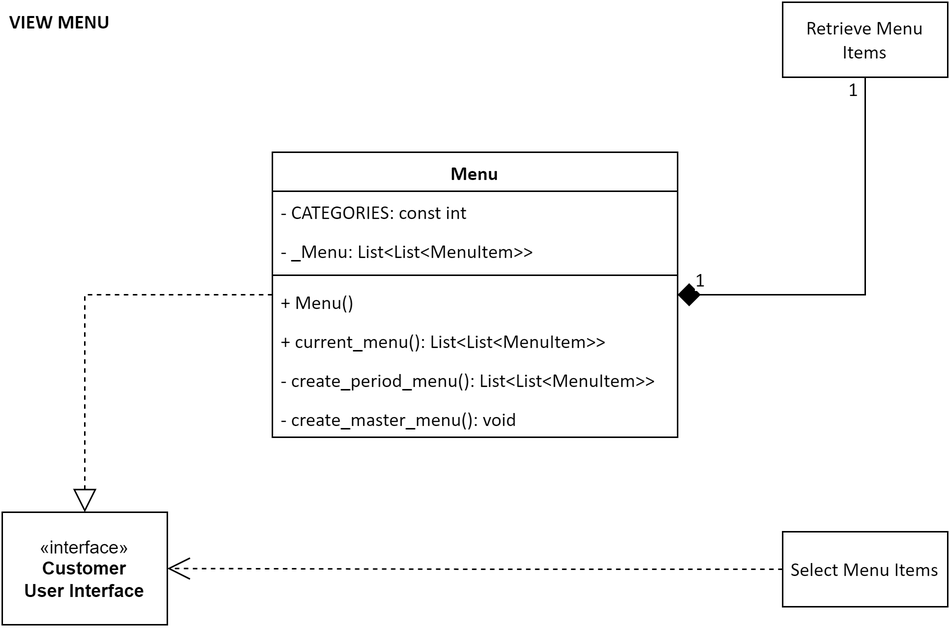
Before: docs/assets/view_menu_class_diagram.png, a diagram exported from draw.io (code-logik/the-willow-tree-oms). Source tidied: cells renumbered, new cells last; positions are measured from the earlier drawing's top-left corner, leaving out a move shared by most shapes. The source it was exported from:
```xml
<mxGraphModel>
  <root>
    <mxCell id="0" />
    <mxCell id="1" parent="0" />
    <mxCell id="2" style="group;" parent="1" vertex="1">
      <mxGeometry width="630" height="415" as="geometry" />
    </mxCell>
    <mxCell id="3" style="edgeStyle=orthogonalEdgeStyle;rounded=0;jettySize=auto;html=1;entryX=0.5;entryY=1;entryDx=0;entryDy=0;endArrow=none;endFill=0;endSize=6;startArrow=diamond;startFill=1;startSize=13;" parent="2" edge="1" source="7" target="16">
      <mxGeometry relative="1" as="geometry" />
    </mxCell>
    <mxCell id="4" value="1" style="edgeLabel;html=1;align=center;verticalAlign=middle;fontSize=13;fontFamily=Calibri;" parent="3" vertex="1">
      <mxGeometry x="0.94" relative="1" as="geometry">
        <mxPoint x="-9" y="-1" as="offset" />
      </mxGeometry>
    </mxCell>
    <mxCell id="5" value="1" style="edgeLabel;html=1;align=center;verticalAlign=middle;fontFamily=Calibri;fontSize=13;" parent="3" vertex="1">
      <mxGeometry x="-0.89" relative="1" as="geometry">
        <mxPoint x="-1" y="-11" as="offset" />
      </mxGeometry>
    </mxCell>
    <mxCell id="6" style="edgeStyle=orthogonalEdgeStyle;rounded=0;jettySize=auto;html=1;entryX=0.5;entryY=0;entryDx=0;entryDy=0;endArrow=block;endFill=0;endSize=13;dashed=1;" parent="2" edge="1" source="7" target="19">
      <mxGeometry relative="1" as="geometry" />
    </mxCell>
    <mxCell id="7" value="&lt;font style=&quot;font-size: 13px;&quot; face=&quot;Calibri&quot;&gt;Menu&lt;/font&gt;" style="swimlane;fontStyle=1;align=center;verticalAlign=top;horizontal=1;startSize=26;whiteSpace=wrap;html=1;" parent="2" vertex="1">
      <mxGeometry x="180" y="100" width="270" height="190" as="geometry" />
    </mxCell>
    <mxCell id="8" value="- CATEGORIES: const int" style="text;strokeColor=none;fillColor=none;align=left;verticalAlign=top;spacingLeft=4;spacingRight=4;overflow=hidden;whiteSpace=wrap;html=1;fontSize=13;fontFamily=Calibri;" parent="7" vertex="1">
      <mxGeometry y="26" width="270" height="26" as="geometry" />
    </mxCell>
    <mxCell id="9" value="- _Menu: List&amp;lt;List&amp;lt;MenuItem&amp;gt;&amp;gt;" style="text;strokeColor=none;fillColor=none;align=left;verticalAlign=top;spacingLeft=4;spacingRight=4;overflow=hidden;whiteSpace=wrap;html=1;fontSize=13;fontFamily=Calibri;" parent="7" vertex="1">
      <mxGeometry y="52" width="270" height="26" as="geometry" />
    </mxCell>
    <mxCell id="10" style="line;strokeWidth=1;fillColor=none;align=left;verticalAlign=middle;spacingTop=-1;spacingLeft=3;spacingRight=3;labelPosition=right;strokeColor=inherit;" parent="7" vertex="1">
      <mxGeometry y="78" width="270" height="8" as="geometry" />
    </mxCell>
    <mxCell id="11" value="+ Menu()" style="text;strokeColor=none;fillColor=none;align=left;verticalAlign=top;spacingLeft=4;spacingRight=4;overflow=hidden;whiteSpace=wrap;html=1;fontSize=13;fontFamily=Calibri;" parent="7" vertex="1">
      <mxGeometry y="86" width="270" height="26" as="geometry" />
    </mxCell>
    <mxCell id="12" value="+&amp;nbsp;current_menu(): List&amp;lt;List&amp;lt;MenuItem&amp;gt;&amp;gt;" style="text;strokeColor=none;fillColor=none;align=left;verticalAlign=top;spacingLeft=4;spacingRight=4;overflow=hidden;whiteSpace=wrap;html=1;fontSize=13;fontFamily=Calibri;" parent="7" vertex="1">
      <mxGeometry y="112" width="270" height="26" as="geometry" />
    </mxCell>
    <mxCell id="13" value="- create_period_menu(): List&amp;lt;List&amp;lt;MenuItem&amp;gt;&amp;gt;" style="text;strokeColor=none;fillColor=none;align=left;verticalAlign=top;spacingLeft=4;spacingRight=4;overflow=hidden;whiteSpace=wrap;html=1;fontSize=13;fontFamily=Calibri;" parent="7" vertex="1">
      <mxGeometry y="138" width="270" height="26" as="geometry" />
    </mxCell>
    <mxCell id="14" value="- create_master_menu(): void" style="text;strokeColor=none;fillColor=none;align=left;verticalAlign=top;spacingLeft=4;spacingRight=4;overflow=hidden;whiteSpace=wrap;html=1;fontSize=13;fontFamily=Calibri;" parent="7" vertex="1">
      <mxGeometry y="164" width="270" height="26" as="geometry" />
    </mxCell>
    <mxCell id="15" value="&lt;font style=&quot;font-size: 13px;&quot;&gt;VIEW MENU&lt;/font&gt;" style="text;align=left;fontStyle=1;verticalAlign=middle;spacingLeft=3;spacingRight=3;strokeColor=none;html=1;fontFamily=Calibri;fontSize=13;labelPosition=center;verticalLabelPosition=middle;" parent="2" vertex="1">
      <mxGeometry width="107.5" height="26" as="geometry" />
    </mxCell>
    <mxCell id="16" value="&lt;font style=&quot;font-size: 13px;&quot; face=&quot;Calibri&quot;&gt;Retrieve Menu Items&lt;/font&gt;" style="html=1;whiteSpace=wrap;" parent="2" vertex="1">
      <mxGeometry x="520" width="110" height="50" as="geometry" />
    </mxCell>
    <mxCell id="17" style="edgeStyle=orthogonalEdgeStyle;rounded=0;jettySize=auto;html=1;entryX=1;entryY=0.5;entryDx=0;entryDy=0;endSize=13;endArrow=open;endFill=0;dashed=1;" parent="2" edge="1" source="18" target="19">
      <mxGeometry relative="1" as="geometry" />
    </mxCell>
    <mxCell id="18" value="&lt;font style=&quot;font-size: 13px;&quot; face=&quot;Calibri&quot;&gt;Select Menu Items&lt;/font&gt;" style="html=1;whiteSpace=wrap;" parent="2" vertex="1">
      <mxGeometry x="520" y="353" width="110" height="50" as="geometry" />
    </mxCell>
    <mxCell id="19" value="«interface»&lt;br&gt;&lt;b&gt;Customer&lt;/b&gt;&lt;br&gt;&lt;b&gt;User Interface&lt;/b&gt;" style="html=1;whiteSpace=wrap;" parent="2" vertex="1">
      <mxGeometry y="340" width="110" height="75" as="geometry" />
    </mxCell>
  </root>
</mxGraphModel>
```
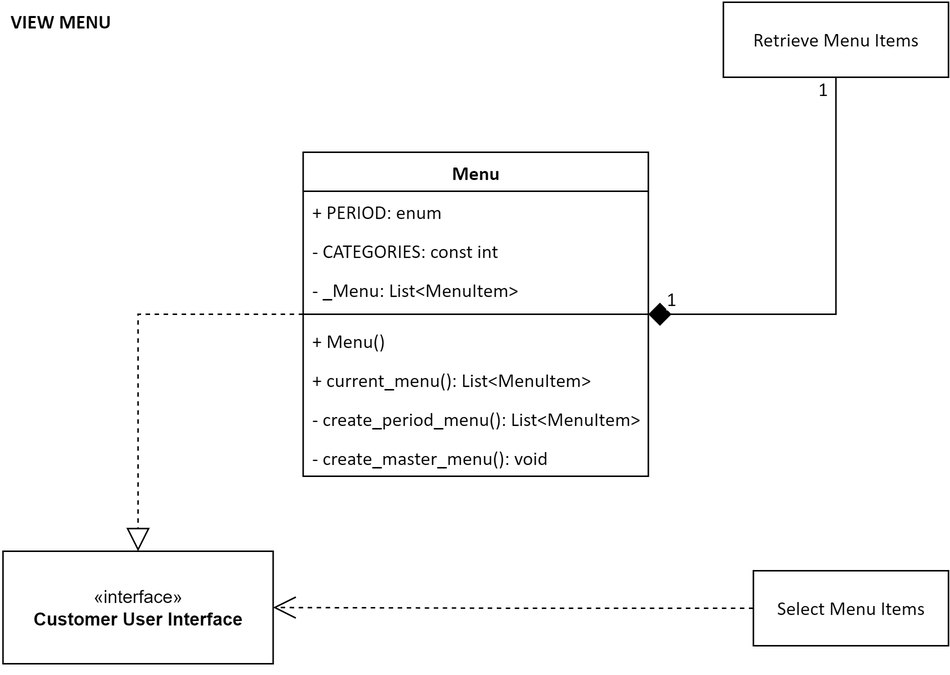
The same diagram one commit later.

The edit, as a diff of the source:
```diff
@@ -2,10 +2,10 @@
   <root>
     <mxCell id="0" />
     <mxCell id="1" parent="0" />
-    <mxCell id="2" style="group;" parent="1" vertex="1">
-      <mxGeometry width="630" height="415" as="geometry" />
-    </mxCell>
+    <mxCell id="20" style="group;" parent="1" vertex="1">
+      <mxGeometry x="0.5" width="630" height="441" as="geometry" />
+    </mxCell>
-    <mxCell id="3" style="edgeStyle=orthogonalEdgeStyle;rounded=0;jettySize=auto;html=1;entryX=0.5;entryY=1;entryDx=0;entryDy=0;endArrow=none;endFill=0;endSize=6;startArrow=diamond;startFill=1;startSize=13;" parent="2" edge="1" source="7" target="16">
+    <mxCell id="3" style="edgeStyle=orthogonalEdgeStyle;rounded=0;jettySize=auto;html=1;entryX=0.5;entryY=1;entryDx=0;entryDy=0;endArrow=none;endFill=0;endSize=6;startArrow=diamond;startFill=1;startSize=13;" parent="20" edge="1" source="7" target="16">
       <mxGeometry relative="1" as="geometry" />
     </mxCell>
     <mxCell id="4" value="1" style="edgeLabel;html=1;align=center;verticalAlign=middle;fontSize=13;fontFamily=Calibri;" parent="3" vertex="1">
@@ -18,47 +18,50 @@
         <mxPoint x="-1" y="-11" as="offset" />
       </mxGeometry>
     </mxCell>
-    <mxCell id="6" style="edgeStyle=orthogonalEdgeStyle;rounded=0;jettySize=auto;html=1;entryX=0.5;entryY=0;entryDx=0;entryDy=0;endArrow=block;endFill=0;endSize=13;dashed=1;" parent="2" edge="1" source="7" target="19">
+    <mxCell id="6" style="edgeStyle=orthogonalEdgeStyle;rounded=0;jettySize=auto;html=1;entryX=0.5;entryY=0;entryDx=0;entryDy=0;endArrow=block;endFill=0;endSize=13;dashed=1;" parent="20" edge="1" source="7" target="19">
       <mxGeometry relative="1" as="geometry" />
     </mxCell>
-    <mxCell id="7" value="&lt;font style=&quot;font-size: 13px;&quot; face=&quot;Calibri&quot;&gt;Menu&lt;/font&gt;" style="swimlane;fontStyle=1;align=center;verticalAlign=top;horizontal=1;startSize=26;whiteSpace=wrap;html=1;" parent="2" vertex="1">
-      <mxGeometry x="180" y="100" width="270" height="190" as="geometry" />
+    <mxCell id="7" value="&lt;font style=&quot;font-size: 13px;&quot; face=&quot;Calibri&quot;&gt;Menu&lt;/font&gt;" style="swimlane;fontStyle=1;align=center;verticalAlign=top;horizontal=1;startSize=26;whiteSpace=wrap;html=1;" parent="20" vertex="1">
+      <mxGeometry x="200" y="100" width="230" height="216" as="geometry" />
     </mxCell>
+    <mxCell id="21" value="+ PERIOD: enum" style="text;strokeColor=none;fillColor=none;align=left;verticalAlign=top;spacingLeft=4;spacingRight=4;overflow=hidden;whiteSpace=wrap;html=1;fontSize=13;fontFamily=Calibri;" parent="7" vertex="1">
+      <mxGeometry y="26" width="230" height="26" as="geometry" />
+    </mxCell>
     <mxCell id="8" value="- CATEGORIES: const int" style="text;strokeColor=none;fillColor=none;align=left;verticalAlign=top;spacingLeft=4;spacingRight=4;overflow=hidden;whiteSpace=wrap;html=1;fontSize=13;fontFamily=Calibri;" parent="7" vertex="1">
-      <mxGeometry y="26" width="270" height="26" as="geometry" />
+      <mxGeometry y="52" width="230" height="26" as="geometry" />
     </mxCell>
-    <mxCell id="9" value="- _Menu: List&amp;lt;List&amp;lt;MenuItem&amp;gt;&amp;gt;" style="text;strokeColor=none;fillColor=none;align=left;verticalAlign=top;spacingLeft=4;spacingRight=4;overflow=hidden;whiteSpace=wrap;html=1;fontSize=13;fontFamily=Calibri;" parent="7" vertex="1">
-      <mxGeometry y="52" width="270" height="26" as="geometry" />
+    <mxCell id="9" value="- _Menu: List&amp;lt;MenuItem&amp;gt;" style="text;strokeColor=none;fillColor=none;align=left;verticalAlign=top;spacingLeft=4;spacingRight=4;overflow=hidden;whiteSpace=wrap;html=1;fontSize=13;fontFamily=Calibri;" parent="7" vertex="1">
+      <mxGeometry y="78" width="230" height="26" as="geometry" />
     </mxCell>
     <mxCell id="10" style="line;strokeWidth=1;fillColor=none;align=left;verticalAlign=middle;spacingTop=-1;spacingLeft=3;spacingRight=3;labelPosition=right;strokeColor=inherit;" parent="7" vertex="1">
-      <mxGeometry y="78" width="270" height="8" as="geometry" />
+      <mxGeometry y="104" width="230" height="8" as="geometry" />
     </mxCell>
     <mxCell id="11" value="+ Menu()" style="text;strokeColor=none;fillColor=none;align=left;verticalAlign=top;spacingLeft=4;spacingRight=4;overflow=hidden;whiteSpace=wrap;html=1;fontSize=13;fontFamily=Calibri;" parent="7" vertex="1">
-      <mxGeometry y="86" width="270" height="26" as="geometry" />
+      <mxGeometry y="112" width="230" height="26" as="geometry" />
     </mxCell>
-    <mxCell id="12" value="+&amp;nbsp;current_menu(): List&amp;lt;List&amp;lt;MenuItem&amp;gt;&amp;gt;" style="text;strokeColor=none;fillColor=none;align=left;verticalAlign=top;spacingLeft=4;spacingRight=4;overflow=hidden;whiteSpace=wrap;html=1;fontSize=13;fontFamily=Calibri;" parent="7" vertex="1">
-      <mxGeometry y="112" width="270" height="26" as="geometry" />
+    <mxCell id="12" value="+&amp;nbsp;current_menu(): List&amp;lt;MenuItem&amp;gt;" style="text;strokeColor=none;fillColor=none;align=left;verticalAlign=top;spacingLeft=4;spacingRight=4;overflow=hidden;whiteSpace=wrap;html=1;fontSize=13;fontFamily=Calibri;" parent="7" vertex="1">
+      <mxGeometry y="138" width="230" height="26" as="geometry" />
     </mxCell>
-    <mxCell id="13" value="- create_period_menu(): List&amp;lt;List&amp;lt;MenuItem&amp;gt;&amp;gt;" style="text;strokeColor=none;fillColor=none;align=left;verticalAlign=top;spacingLeft=4;spacingRight=4;overflow=hidden;whiteSpace=wrap;html=1;fontSize=13;fontFamily=Calibri;" parent="7" vertex="1">
-      <mxGeometry y="138" width="270" height="26" as="geometry" />
+    <mxCell id="13" value="- create_period_menu(): List&amp;lt;MenuItem&amp;gt;" style="text;strokeColor=none;fillColor=none;align=left;verticalAlign=top;spacingLeft=4;spacingRight=4;overflow=hidden;whiteSpace=wrap;html=1;fontSize=13;fontFamily=Calibri;" parent="7" vertex="1">
+      <mxGeometry y="164" width="230" height="26" as="geometry" />
     </mxCell>
     <mxCell id="14" value="- create_master_menu(): void" style="text;strokeColor=none;fillColor=none;align=left;verticalAlign=top;spacingLeft=4;spacingRight=4;overflow=hidden;whiteSpace=wrap;html=1;fontSize=13;fontFamily=Calibri;" parent="7" vertex="1">
-      <mxGeometry y="164" width="270" height="26" as="geometry" />
+      <mxGeometry y="190" width="230" height="26" as="geometry" />
     </mxCell>
-    <mxCell id="15" value="&lt;font style=&quot;font-size: 13px;&quot;&gt;VIEW MENU&lt;/font&gt;" style="text;align=left;fontStyle=1;verticalAlign=middle;spacingLeft=3;spacingRight=3;strokeColor=none;html=1;fontFamily=Calibri;fontSize=13;labelPosition=center;verticalLabelPosition=middle;" parent="2" vertex="1">
+    <mxCell id="15" value="&lt;font style=&quot;font-size: 13px;&quot;&gt;VIEW MENU&lt;/font&gt;" style="text;align=left;fontStyle=1;verticalAlign=middle;spacingLeft=3;spacingRight=3;strokeColor=none;html=1;fontFamily=Calibri;fontSize=13;labelPosition=center;verticalLabelPosition=middle;" parent="20" vertex="1">
       <mxGeometry width="107.5" height="26" as="geometry" />
     </mxCell>
-    <mxCell id="16" value="&lt;font style=&quot;font-size: 13px;&quot; face=&quot;Calibri&quot;&gt;Retrieve Menu Items&lt;/font&gt;" style="html=1;whiteSpace=wrap;" parent="2" vertex="1">
-      <mxGeometry x="520" width="110" height="50" as="geometry" />
+    <mxCell id="16" value="&lt;font style=&quot;font-size: 13px;&quot; face=&quot;Calibri&quot;&gt;Retrieve Menu Items&lt;/font&gt;" style="html=1;whiteSpace=wrap;" parent="20" vertex="1">
+      <mxGeometry x="480" width="150" height="50" as="geometry" />
     </mxCell>
-    <mxCell id="17" style="edgeStyle=orthogonalEdgeStyle;rounded=0;jettySize=auto;html=1;entryX=1;entryY=0.5;entryDx=0;entryDy=0;endSize=13;endArrow=open;endFill=0;dashed=1;" parent="2" edge="1" source="18" target="19">
+    <mxCell id="17" style="edgeStyle=orthogonalEdgeStyle;rounded=0;jettySize=auto;html=1;entryX=1;entryY=0.5;entryDx=0;entryDy=0;endSize=13;endArrow=open;endFill=0;dashed=1;" parent="20" edge="1" source="18" target="19">
       <mxGeometry relative="1" as="geometry" />
     </mxCell>
-    <mxCell id="18" value="&lt;font style=&quot;font-size: 13px;&quot; face=&quot;Calibri&quot;&gt;Select Menu Items&lt;/font&gt;" style="html=1;whiteSpace=wrap;" parent="2" vertex="1">
-      <mxGeometry x="520" y="353" width="110" height="50" as="geometry" />
+    <mxCell id="18" value="&lt;font style=&quot;font-size: 13px;&quot; face=&quot;Calibri&quot;&gt;Select Menu Items&lt;/font&gt;" style="html=1;whiteSpace=wrap;" parent="20" vertex="1">
+      <mxGeometry x="500" y="379" width="130" height="50" as="geometry" />
     </mxCell>
-    <mxCell id="19" value="«interface»&lt;br&gt;&lt;b&gt;Customer&lt;/b&gt;&lt;br&gt;&lt;b&gt;User Interface&lt;/b&gt;" style="html=1;whiteSpace=wrap;" parent="2" vertex="1">
-      <mxGeometry y="340" width="110" height="75" as="geometry" />
+    <mxCell id="19" value="«interface»&lt;br&gt;&lt;b&gt;Customer&amp;nbsp;&lt;/b&gt;&lt;b&gt;User Interface&lt;/b&gt;" style="html=1;whiteSpace=wrap;" parent="20" vertex="1">
+      <mxGeometry y="366" width="180" height="75" as="geometry" />
     </mxCell>
   </root>
 </mxGraphModel>
```
